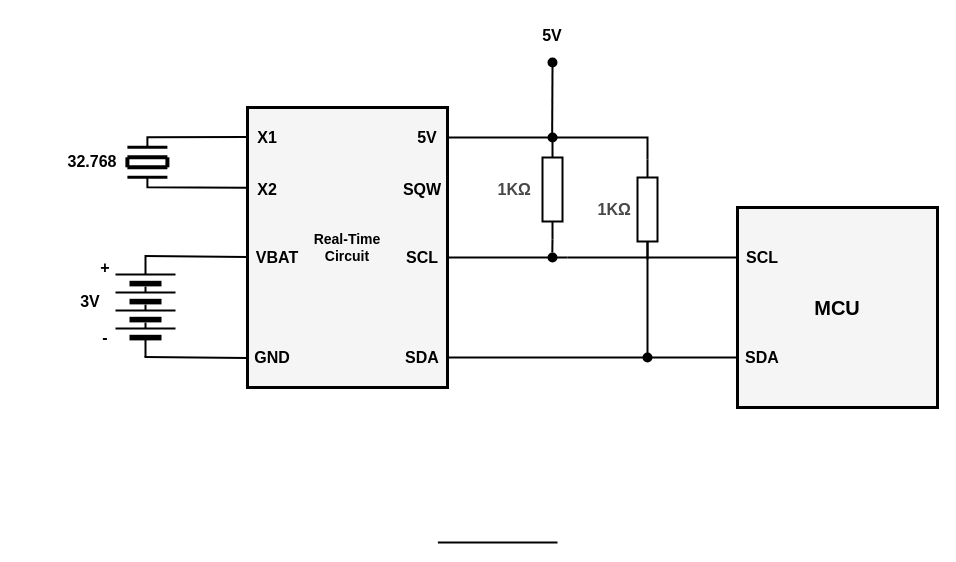
Earlier version of the draw.io diagram diagrams/real_time_circuit/real_time_circuit.drawio (Doly02/thesis). Source tidied: cells renumbered, new cells numbered last; positions are measured from the earlier drawing's top-left corner, leaving out a move shared by most shapes. Both pictures are drawn from the tidied source at 100%, with x=0, y=0 at pixel (57, 17).
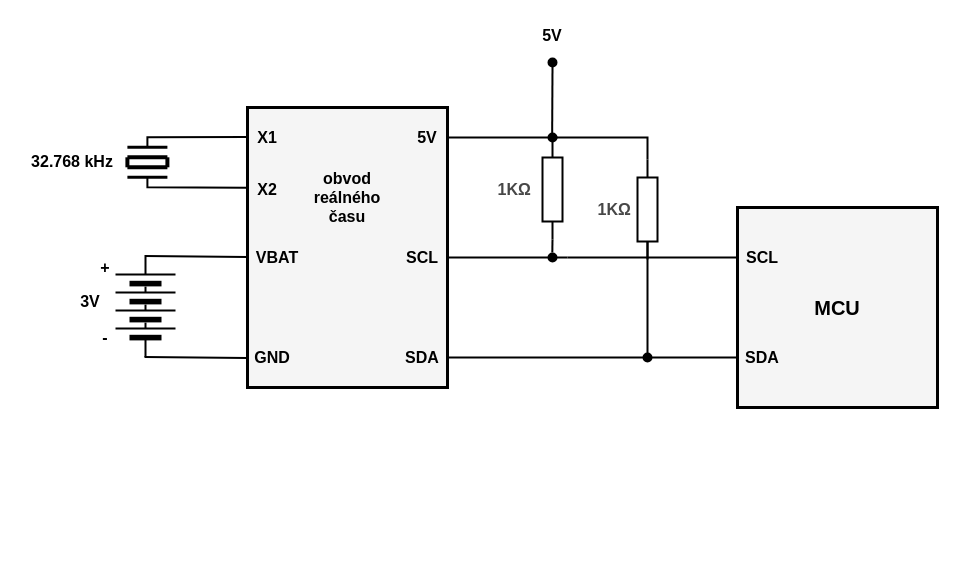
After the change.

Commit message (it also covers changes not shown here):
[TECH_REPORT] Updates Diagrams.

Diff of the diagram source:
```diff
@@
-    <mxCell id="19" style="endArrow=none;html=1;rounded=0;exitX=1.003;exitY=0.885;exitDx=0;exitDy=0;exitPerimeter=0;strokeWidth=2;" parent="1" edge="1">
-      <mxGeometry relative="1" as="geometry">
-        <mxPoint x="380.4" y="525.1" as="sourcePoint" />
-        <mxPoint x="500" y="525" as="targetPoint" />
-      </mxGeometry>
-    </mxCell>
@@
-    <mxCell id="37" value="&lt;b style=&quot;font-size: 16px;&quot;&gt;SQW&lt;/b&gt;" style="text;html=1;align=center;verticalAlign=middle;whiteSpace=wrap;rounded=0;" parent="1" vertex="1">
-      <mxGeometry x="340" y="162" width="50" height="20" as="geometry" />
-    </mxCell>
@@
-    <mxCell id="44" value="&lt;span style=&quot;font-size: 16px;&quot;&gt;&lt;b&gt;32.768&lt;/b&gt;&lt;/span&gt;" style="text;html=1;align=center;verticalAlign=middle;whiteSpace=wrap;rounded=0;" parent="1" vertex="1">
-      <mxGeometry y="125.5" width="70" height="36" as="geometry" />
+    <mxCell id="44" value="&lt;span style=&quot;font-size: 16px;&quot;&gt;&lt;b&gt;32.768 kHz&lt;/b&gt;&lt;/span&gt;" style="text;html=1;align=center;verticalAlign=middle;whiteSpace=wrap;rounded=0;" parent="1" vertex="1">
+      <mxGeometry x="-40" y="125.5" width="110" height="36" as="geometry" />
     </mxCell>
@@
-    <mxCell id="49" value="&lt;font style=&quot;font-size: 14px;&quot;&gt;&lt;b style=&quot;&quot;&gt;Real-Time&lt;/b&gt;&lt;/font&gt;&lt;div&gt;&lt;font style=&quot;font-size: 14px;&quot;&gt;&lt;b style=&quot;&quot;&gt;Circuit&lt;/b&gt;&lt;/font&gt;&lt;/div&gt;" style="text;html=1;align=center;verticalAlign=middle;whiteSpace=wrap;rounded=0;" parent="1" vertex="1">
-      <mxGeometry x="245" y="203.8" width="90" height="52.5" as="geometry" />
+    <mxCell id="49" value="&lt;b style=&quot;&quot;&gt;&lt;font style=&quot;font-size: 16px;&quot;&gt;obvod&lt;/font&gt;&lt;/b&gt;&lt;div&gt;&lt;b&gt;&lt;font style=&quot;font-size: 16px;&quot;&gt;reálného&lt;/font&gt;&lt;/b&gt;&lt;/div&gt;&lt;div&gt;&lt;b style=&quot;&quot;&gt;&lt;font style=&quot;font-size: 16px;&quot;&gt;času&lt;/font&gt;&lt;/b&gt;&lt;/div&gt;" style="text;html=1;align=center;verticalAlign=middle;whiteSpace=wrap;rounded=0;" parent="1" vertex="1">
+      <mxGeometry x="245" y="154" width="90" height="52.5" as="geometry" />
     </mxCell>
```
